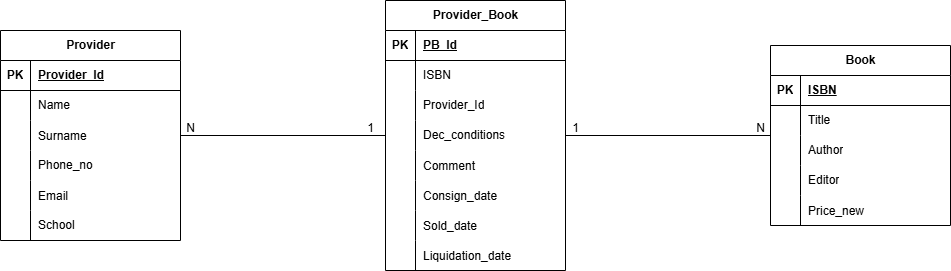
The draw.io diagram documentation/assets/er_diagram.png in pontig/lokalino_mlud, before a commit. Source tidied: cells renumbered, new cells last; positions are measured from the earlier drawing's top-left corner, leaving out a move shared by most shapes. Its diagram source:
```xml
<mxGraphModel>
  <root>
    <mxCell id="0" />
    <mxCell id="1" parent="0" />
    <mxCell id="2" value="Provider" style="shape=table;startSize=30;rowLines=0;fontStyle=1;align=center;html=1;" parent="1" vertex="1">
      <mxGeometry y="30" width="180" height="210" as="geometry" />
    </mxCell>
    <mxCell id="3" style="shape=tableRow;horizontal=0;startSize=0;swimlaneHead=0;swimlaneBody=0;fillColor=none;top=0;left=0;right=0;bottom=1;" parent="2" vertex="1">
      <mxGeometry y="30" width="180" height="30" as="geometry" />
    </mxCell>
    <mxCell id="4" value="PK" style="shape=partialRectangle;fillColor=none;top=0;left=0;bottom=0;right=0;fontStyle=1;overflow=hidden;whiteSpace=wrap;html=1;" parent="3" vertex="1">
      <mxGeometry width="30" height="30" as="geometry" />
    </mxCell>
    <mxCell id="5" value="Provider_Id" style="shape=partialRectangle;fillColor=none;top=0;left=0;bottom=0;right=0;align=left;spacingLeft=6;fontStyle=5;overflow=hidden;whiteSpace=wrap;html=1;" parent="3" vertex="1">
      <mxGeometry x="30" width="150" height="30" as="geometry" />
    </mxCell>
    <mxCell id="6" style="shape=tableRow;horizontal=0;startSize=0;swimlaneHead=0;swimlaneBody=0;fillColor=none;top=0;left=0;right=0;bottom=0;" parent="2" vertex="1">
      <mxGeometry y="60" width="180" height="30" as="geometry" />
    </mxCell>
    <mxCell id="7" style="shape=partialRectangle;fillColor=none;top=0;left=0;bottom=0;right=0;overflow=hidden;whiteSpace=wrap;html=1;" parent="6" vertex="1">
      <mxGeometry width="30" height="30" as="geometry" />
    </mxCell>
    <mxCell id="8" value="Name" style="shape=partialRectangle;fillColor=none;top=0;left=0;bottom=0;right=0;align=left;spacingLeft=6;overflow=hidden;whiteSpace=wrap;html=1;" parent="6" vertex="1">
      <mxGeometry x="30" width="150" height="30" as="geometry" />
    </mxCell>
    <mxCell id="9" style="shape=tableRow;horizontal=0;startSize=0;swimlaneHead=0;swimlaneBody=0;fillColor=none;top=0;left=0;right=0;bottom=0;" parent="2" vertex="1">
      <mxGeometry y="90" width="180" height="30" as="geometry" />
    </mxCell>
    <mxCell id="10" style="shape=partialRectangle;fillColor=none;top=0;left=0;bottom=0;right=0;overflow=hidden;" parent="9" vertex="1">
      <mxGeometry width="30" height="30" as="geometry" />
    </mxCell>
    <mxCell id="11" value="Surname" style="shape=partialRectangle;fillColor=none;top=0;left=0;bottom=0;right=0;align=left;spacingLeft=6;overflow=hidden;" parent="9" vertex="1">
      <mxGeometry x="30" width="150" height="30" as="geometry" />
    </mxCell>
    <mxCell id="12" style="shape=tableRow;horizontal=0;startSize=0;swimlaneHead=0;swimlaneBody=0;fillColor=none;top=0;left=0;right=0;bottom=0;" parent="2" vertex="1">
      <mxGeometry y="120" width="180" height="30" as="geometry" />
    </mxCell>
    <mxCell id="13" style="shape=partialRectangle;fillColor=none;top=0;left=0;bottom=0;right=0;overflow=hidden;whiteSpace=wrap;html=1;" parent="12" vertex="1">
      <mxGeometry width="30" height="30" as="geometry" />
    </mxCell>
    <mxCell id="14" value="Phone_no" style="shape=partialRectangle;fillColor=none;top=0;left=0;bottom=0;right=0;align=left;spacingLeft=6;overflow=hidden;whiteSpace=wrap;html=1;" parent="12" vertex="1">
      <mxGeometry x="30" width="150" height="30" as="geometry" />
    </mxCell>
    <mxCell id="15" style="shape=tableRow;horizontal=0;startSize=0;swimlaneHead=0;swimlaneBody=0;fillColor=none;top=0;left=0;right=0;bottom=0;" parent="2" vertex="1">
      <mxGeometry y="150" width="180" height="30" as="geometry" />
    </mxCell>
    <mxCell id="16" style="shape=partialRectangle;fillColor=none;top=0;left=0;bottom=0;right=0;overflow=hidden;" parent="15" vertex="1">
      <mxGeometry width="30" height="30" as="geometry" />
    </mxCell>
    <mxCell id="17" value="Email" style="shape=partialRectangle;fillColor=none;top=0;left=0;bottom=0;right=0;align=left;spacingLeft=6;overflow=hidden;" parent="15" vertex="1">
      <mxGeometry x="30" width="150" height="30" as="geometry" />
    </mxCell>
    <mxCell id="18" style="shape=tableRow;horizontal=0;startSize=0;swimlaneHead=0;swimlaneBody=0;fillColor=none;top=0;left=0;right=0;bottom=0;" parent="2" vertex="1">
      <mxGeometry y="180" width="180" height="30" as="geometry" />
    </mxCell>
    <mxCell id="19" style="shape=partialRectangle;fillColor=none;top=0;left=0;bottom=0;right=0;overflow=hidden;whiteSpace=wrap;html=1;" parent="18" vertex="1">
      <mxGeometry width="30" height="30" as="geometry" />
    </mxCell>
    <mxCell id="20" value="School" style="shape=partialRectangle;fillColor=none;top=0;left=0;bottom=0;right=0;align=left;spacingLeft=6;overflow=hidden;whiteSpace=wrap;html=1;" parent="18" vertex="1">
      <mxGeometry x="30" width="150" height="30" as="geometry" />
    </mxCell>
    <mxCell id="21" value="Book" style="shape=table;startSize=30;rowLines=0;fontStyle=1;align=center;html=1;" parent="1" vertex="1">
      <mxGeometry x="770" y="45" width="180" height="180" as="geometry" />
    </mxCell>
    <mxCell id="22" style="shape=tableRow;horizontal=0;startSize=0;swimlaneHead=0;swimlaneBody=0;fillColor=none;top=0;left=0;right=0;bottom=1;" parent="21" vertex="1">
      <mxGeometry y="30" width="180" height="30" as="geometry" />
    </mxCell>
    <mxCell id="23" value="PK" style="shape=partialRectangle;fillColor=none;top=0;left=0;bottom=0;right=0;fontStyle=1;overflow=hidden;whiteSpace=wrap;html=1;" parent="22" vertex="1">
      <mxGeometry width="30" height="30" as="geometry" />
    </mxCell>
    <mxCell id="24" value="ISBN" style="shape=partialRectangle;fillColor=none;top=0;left=0;bottom=0;right=0;align=left;spacingLeft=6;fontStyle=5;overflow=hidden;whiteSpace=wrap;html=1;" parent="22" vertex="1">
      <mxGeometry x="30" width="150" height="30" as="geometry" />
    </mxCell>
    <mxCell id="25" style="shape=tableRow;horizontal=0;startSize=0;swimlaneHead=0;swimlaneBody=0;fillColor=none;top=0;left=0;right=0;bottom=0;" parent="21" vertex="1">
      <mxGeometry y="60" width="180" height="30" as="geometry" />
    </mxCell>
    <mxCell id="26" style="shape=partialRectangle;fillColor=none;top=0;left=0;bottom=0;right=0;overflow=hidden;whiteSpace=wrap;html=1;" parent="25" vertex="1">
      <mxGeometry width="30" height="30" as="geometry" />
    </mxCell>
    <mxCell id="27" value="Title" style="shape=partialRectangle;fillColor=none;top=0;left=0;bottom=0;right=0;align=left;spacingLeft=6;overflow=hidden;whiteSpace=wrap;html=1;" parent="25" vertex="1">
      <mxGeometry x="30" width="150" height="30" as="geometry" />
    </mxCell>
    <mxCell id="28" style="shape=tableRow;horizontal=0;startSize=0;swimlaneHead=0;swimlaneBody=0;fillColor=none;top=0;left=0;right=0;bottom=0;" parent="21" vertex="1">
      <mxGeometry y="90" width="180" height="30" as="geometry" />
    </mxCell>
    <mxCell id="29" style="shape=partialRectangle;fillColor=none;top=0;left=0;bottom=0;right=0;overflow=hidden;whiteSpace=wrap;html=1;" parent="28" vertex="1">
      <mxGeometry width="30" height="30" as="geometry" />
    </mxCell>
    <mxCell id="30" value="Author" style="shape=partialRectangle;fillColor=none;top=0;left=0;bottom=0;right=0;align=left;spacingLeft=6;overflow=hidden;whiteSpace=wrap;html=1;" parent="28" vertex="1">
      <mxGeometry x="30" width="150" height="30" as="geometry" />
    </mxCell>
    <mxCell id="31" style="shape=tableRow;horizontal=0;startSize=0;swimlaneHead=0;swimlaneBody=0;fillColor=none;top=0;left=0;right=0;bottom=0;" parent="21" vertex="1">
      <mxGeometry y="120" width="180" height="30" as="geometry" />
    </mxCell>
    <mxCell id="32" style="shape=partialRectangle;fillColor=none;top=0;left=0;bottom=0;right=0;overflow=hidden;whiteSpace=wrap;html=1;" parent="31" vertex="1">
      <mxGeometry width="30" height="30" as="geometry" />
    </mxCell>
    <mxCell id="33" value="Editor" style="shape=partialRectangle;fillColor=none;top=0;left=0;bottom=0;right=0;align=left;spacingLeft=6;overflow=hidden;whiteSpace=wrap;html=1;" parent="31" vertex="1">
      <mxGeometry x="30" width="150" height="30" as="geometry" />
    </mxCell>
    <mxCell id="34" style="shape=tableRow;horizontal=0;startSize=0;swimlaneHead=0;swimlaneBody=0;fillColor=none;top=0;left=0;right=0;bottom=0;" parent="21" vertex="1">
      <mxGeometry y="150" width="180" height="30" as="geometry" />
    </mxCell>
    <mxCell id="35" style="shape=partialRectangle;fillColor=none;top=0;left=0;bottom=0;right=0;overflow=hidden;" parent="34" vertex="1">
      <mxGeometry width="30" height="30" as="geometry" />
    </mxCell>
    <mxCell id="36" value="Price_new" style="shape=partialRectangle;fillColor=none;top=0;left=0;bottom=0;right=0;align=left;spacingLeft=6;overflow=hidden;" parent="34" vertex="1">
      <mxGeometry x="30" width="150" height="30" as="geometry" />
    </mxCell>
    <mxCell id="37" style="endArrow=none;html=1;rounded=0;" parent="1" edge="1" source="2" target="43">
      <mxGeometry relative="1" as="geometry" />
    </mxCell>
    <mxCell id="38" style="endArrow=none;html=1;rounded=0;" parent="1" edge="1" source="43" target="21">
      <mxGeometry relative="1" as="geometry" />
    </mxCell>
    <mxCell id="39" value="N" style="text;html=1;align=center;verticalAlign=middle;strokeColor=none;fillColor=none;" parent="1" vertex="1">
      <mxGeometry x="175" y="113" width="30" height="30" as="geometry" />
    </mxCell>
    <mxCell id="40" value="1" style="text;html=1;align=center;verticalAlign=middle;strokeColor=none;fillColor=none;" parent="1" vertex="1">
      <mxGeometry x="355" y="113" width="30" height="30" as="geometry" />
    </mxCell>
    <mxCell id="41" value="1" style="text;html=1;align=center;verticalAlign=middle;strokeColor=none;fillColor=none;" parent="1" vertex="1">
      <mxGeometry x="560" y="113" width="30" height="30" as="geometry" />
    </mxCell>
    <mxCell id="42" value="N" style="text;html=1;align=center;verticalAlign=middle;strokeColor=none;fillColor=none;" parent="1" vertex="1">
      <mxGeometry x="745" y="113" width="30" height="30" as="geometry" />
    </mxCell>
    <mxCell id="43" value="Provider_Book" style="shape=table;startSize=30;rowLines=0;fontStyle=1;align=center;html=1;" parent="1" vertex="1">
      <mxGeometry x="385" width="180" height="270" as="geometry" />
    </mxCell>
    <mxCell id="44" style="shape=tableRow;horizontal=0;startSize=0;swimlaneHead=0;swimlaneBody=0;fillColor=none;top=0;left=0;right=0;bottom=1;" parent="43" vertex="1">
      <mxGeometry y="30" width="180" height="30" as="geometry" />
    </mxCell>
    <mxCell id="45" value="PK" style="shape=partialRectangle;fillColor=none;top=0;left=0;bottom=0;right=0;fontStyle=1;overflow=hidden;whiteSpace=wrap;html=1;" parent="44" vertex="1">
      <mxGeometry width="30" height="30" as="geometry" />
    </mxCell>
    <mxCell id="46" value="PB_Id" style="shape=partialRectangle;fillColor=none;top=0;left=0;bottom=0;right=0;align=left;spacingLeft=6;fontStyle=5;overflow=hidden;whiteSpace=wrap;html=1;" parent="44" vertex="1">
      <mxGeometry x="30" width="150" height="30" as="geometry" />
    </mxCell>
    <mxCell id="47" style="shape=tableRow;horizontal=0;startSize=0;swimlaneHead=0;swimlaneBody=0;fillColor=none;top=0;left=0;right=0;bottom=0;" parent="43" vertex="1">
      <mxGeometry y="60" width="180" height="30" as="geometry" />
    </mxCell>
    <mxCell id="48" style="shape=partialRectangle;fillColor=none;top=0;left=0;bottom=0;right=0;overflow=hidden;whiteSpace=wrap;html=1;" parent="47" vertex="1">
      <mxGeometry width="30" height="30" as="geometry" />
    </mxCell>
    <mxCell id="49" value="ISBN" style="shape=partialRectangle;fillColor=none;top=0;left=0;bottom=0;right=0;align=left;spacingLeft=6;overflow=hidden;whiteSpace=wrap;html=1;" parent="47" vertex="1">
      <mxGeometry x="30" width="150" height="30" as="geometry" />
    </mxCell>
    <mxCell id="50" style="shape=tableRow;horizontal=0;startSize=0;swimlaneHead=0;swimlaneBody=0;fillColor=none;top=0;left=0;right=0;bottom=0;" parent="43" vertex="1">
      <mxGeometry y="90" width="180" height="30" as="geometry" />
    </mxCell>
    <mxCell id="51" style="shape=partialRectangle;fillColor=none;top=0;left=0;bottom=0;right=0;overflow=hidden;whiteSpace=wrap;html=1;" parent="50" vertex="1">
      <mxGeometry width="30" height="30" as="geometry" />
    </mxCell>
    <mxCell id="52" value="Provider_Id" style="shape=partialRectangle;fillColor=none;top=0;left=0;bottom=0;right=0;align=left;spacingLeft=6;overflow=hidden;whiteSpace=wrap;html=1;" parent="50" vertex="1">
      <mxGeometry x="30" width="150" height="30" as="geometry" />
    </mxCell>
    <mxCell id="53" style="shape=tableRow;horizontal=0;startSize=0;swimlaneHead=0;swimlaneBody=0;fillColor=none;top=0;left=0;right=0;bottom=0;" parent="43" vertex="1">
      <mxGeometry y="120" width="180" height="30" as="geometry" />
    </mxCell>
    <mxCell id="54" style="shape=partialRectangle;fillColor=none;top=0;left=0;bottom=0;right=0;overflow=hidden;whiteSpace=wrap;html=1;" parent="53" vertex="1">
      <mxGeometry width="30" height="30" as="geometry" />
    </mxCell>
    <mxCell id="55" value="Dec_conditions" style="shape=partialRectangle;fillColor=none;top=0;left=0;bottom=0;right=0;align=left;spacingLeft=6;overflow=hidden;whiteSpace=wrap;html=1;" parent="53" vertex="1">
      <mxGeometry x="30" width="150" height="30" as="geometry" />
    </mxCell>
    <mxCell id="56" style="shape=tableRow;horizontal=0;startSize=0;swimlaneHead=0;swimlaneBody=0;fillColor=none;top=0;left=0;right=0;bottom=0;" parent="43" vertex="1">
      <mxGeometry y="150" width="180" height="30" as="geometry" />
    </mxCell>
    <mxCell id="57" style="shape=partialRectangle;fillColor=none;top=0;left=0;bottom=0;right=0;overflow=hidden;" parent="56" vertex="1">
      <mxGeometry width="30" height="30" as="geometry" />
    </mxCell>
    <mxCell id="58" value="Comment" style="shape=partialRectangle;fillColor=none;top=0;left=0;bottom=0;right=0;align=left;spacingLeft=6;overflow=hidden;" parent="56" vertex="1">
      <mxGeometry x="30" width="150" height="30" as="geometry" />
    </mxCell>
    <mxCell id="59" style="shape=tableRow;horizontal=0;startSize=0;swimlaneHead=0;swimlaneBody=0;fillColor=none;top=0;left=0;right=0;bottom=0;" parent="43" vertex="1">
      <mxGeometry y="180" width="180" height="30" as="geometry" />
    </mxCell>
    <mxCell id="60" style="shape=partialRectangle;fillColor=none;top=0;left=0;bottom=0;right=0;overflow=hidden;" parent="59" vertex="1">
      <mxGeometry width="30" height="30" as="geometry" />
    </mxCell>
    <mxCell id="61" value="Consign_date" style="shape=partialRectangle;fillColor=none;top=0;left=0;bottom=0;right=0;align=left;spacingLeft=6;overflow=hidden;" parent="59" vertex="1">
      <mxGeometry x="30" width="150" height="30" as="geometry" />
    </mxCell>
    <mxCell id="62" style="shape=tableRow;horizontal=0;startSize=0;swimlaneHead=0;swimlaneBody=0;fillColor=none;top=0;left=0;right=0;bottom=0;" parent="43" vertex="1">
      <mxGeometry y="210" width="180" height="30" as="geometry" />
    </mxCell>
    <mxCell id="63" style="shape=partialRectangle;fillColor=none;top=0;left=0;bottom=0;right=0;overflow=hidden;" parent="62" vertex="1">
      <mxGeometry width="30" height="30" as="geometry" />
    </mxCell>
    <mxCell id="64" value="Sold_date" style="shape=partialRectangle;fillColor=none;top=0;left=0;bottom=0;right=0;align=left;spacingLeft=6;overflow=hidden;" parent="62" vertex="1">
      <mxGeometry x="30" width="150" height="30" as="geometry" />
    </mxCell>
    <mxCell id="65" style="shape=tableRow;horizontal=0;startSize=0;swimlaneHead=0;swimlaneBody=0;fillColor=none;top=0;left=0;right=0;bottom=0;" parent="43" vertex="1">
      <mxGeometry y="240" width="180" height="30" as="geometry" />
    </mxCell>
    <mxCell id="66" style="shape=partialRectangle;fillColor=none;top=0;left=0;bottom=0;right=0;overflow=hidden;" parent="65" vertex="1">
      <mxGeometry width="30" height="30" as="geometry" />
    </mxCell>
    <mxCell id="67" value="Liquidation_date" style="shape=partialRectangle;fillColor=none;top=0;left=0;bottom=0;right=0;align=left;spacingLeft=6;overflow=hidden;" parent="65" vertex="1">
      <mxGeometry x="30" width="150" height="30" as="geometry" />
    </mxCell>
  </root>
</mxGraphModel>
```
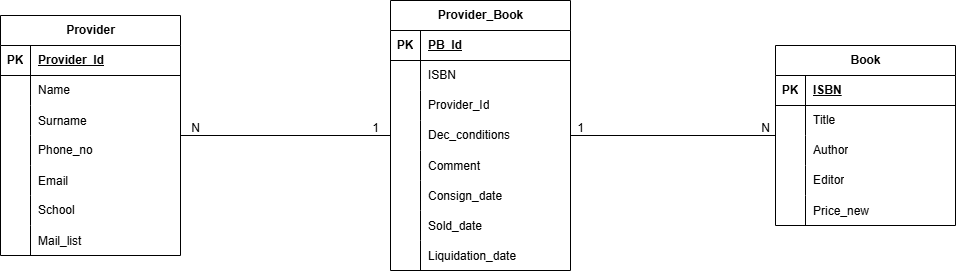
The same diagram one commit later.

Diff of the diagram source:
```diff
@@ -3,7 +3,7 @@
     <mxCell id="0" />
     <mxCell id="1" parent="0" />
     <mxCell id="2" value="Provider" style="shape=table;startSize=30;rowLines=0;fontStyle=1;align=center;html=1;" parent="1" vertex="1">
-      <mxGeometry y="30" width="180" height="210" as="geometry" />
+      <mxGeometry x="-5" y="15" width="180" height="240" as="geometry" />
     </mxCell>
     <mxCell id="3" style="shape=tableRow;horizontal=0;startSize=0;swimlaneHead=0;swimlaneBody=0;fillColor=none;top=0;left=0;right=0;bottom=1;" parent="2" vertex="1">
       <mxGeometry y="30" width="180" height="30" as="geometry" />
@@ -59,6 +59,15 @@
     <mxCell id="20" value="School" style="shape=partialRectangle;fillColor=none;top=0;left=0;bottom=0;right=0;align=left;spacingLeft=6;overflow=hidden;whiteSpace=wrap;html=1;" parent="18" vertex="1">
       <mxGeometry x="30" width="150" height="30" as="geometry" />
     </mxCell>
+    <mxCell id="68" style="shape=tableRow;horizontal=0;startSize=0;swimlaneHead=0;swimlaneBody=0;fillColor=none;top=0;left=0;right=0;bottom=0;" parent="2" vertex="1">
+      <mxGeometry y="210" width="180" height="30" as="geometry" />
+    </mxCell>
+    <mxCell id="69" style="shape=partialRectangle;fillColor=none;top=0;left=0;bottom=0;right=0;overflow=hidden;" parent="68" vertex="1">
+      <mxGeometry width="30" height="30" as="geometry" />
+    </mxCell>
+    <mxCell id="70" value="Mail_list" style="shape=partialRectangle;fillColor=none;top=0;left=0;bottom=0;right=0;align=left;spacingLeft=6;overflow=hidden;" parent="68" vertex="1">
+      <mxGeometry x="30" width="150" height="30" as="geometry" />
+    </mxCell>
     <mxCell id="21" value="Book" style="shape=table;startSize=30;rowLines=0;fontStyle=1;align=center;html=1;" parent="1" vertex="1">
       <mxGeometry x="770" y="45" width="180" height="180" as="geometry" />
     </mxCell>
```
